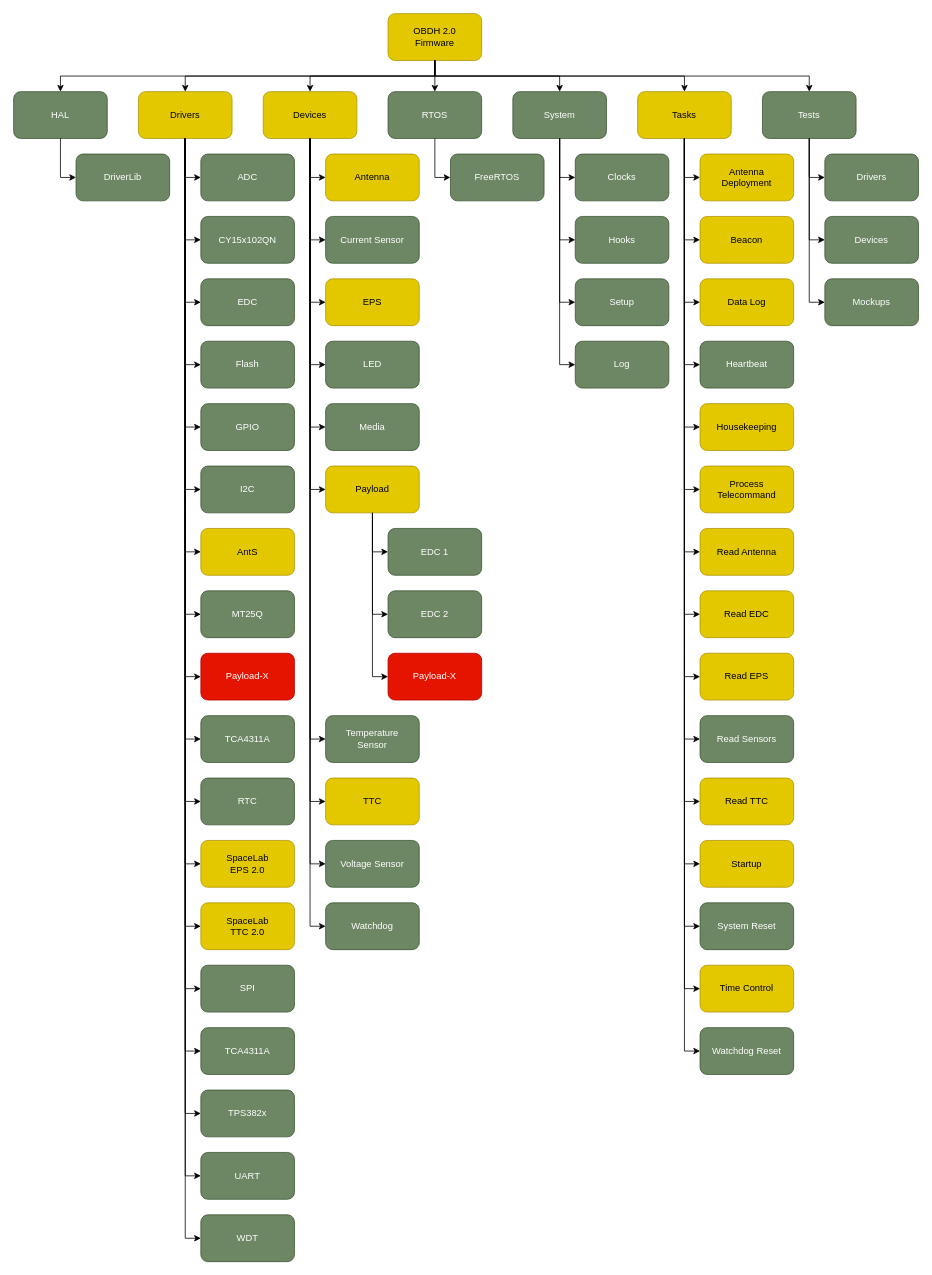
Above: doc/user_manual/figures/product-tree-fw.drawio in spacelab-ufsc/obdh2 (draw.io), before the change. Source tidied: cells renumbered, new cells numbered last; positions are measured from the earlier drawing's top-left corner, leaving out a move shared by most shapes. Both pictures are drawn from the tidied source at 78%, with x=0, y=0 at pixel (13, 13).
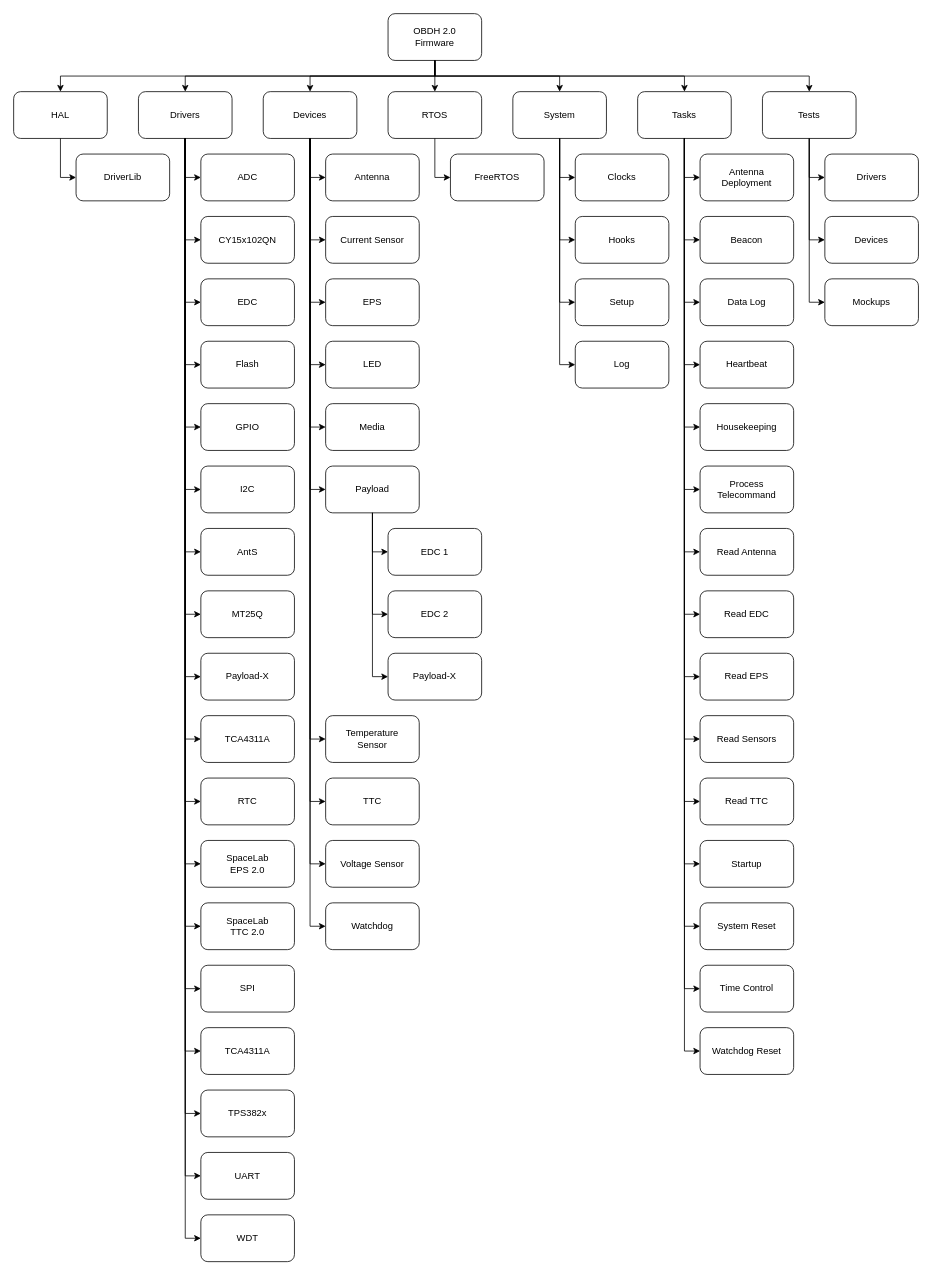
The same page after the edit.

Diff of the diagram source:
```diff
@@
-    <mxCell id="2" value="Drivers" style="rounded=1;whiteSpace=wrap;html=1;fillColor=#e3c800;fontColor=#000000;strokeColor=#B09500;" parent="1" vertex="1">
+    <mxCell id="2" value="Drivers" style="rounded=1;whiteSpace=wrap;html=1;" parent="1" vertex="1">
       <mxGeometry x="160" y="100" width="120" height="60" as="geometry" />
     </mxCell>
-    <mxCell id="3" value="Devices" style="rounded=1;whiteSpace=wrap;html=1;fillColor=#e3c800;fontColor=#000000;strokeColor=#B09500;" parent="1" vertex="1">
+    <mxCell id="3" value="Devices" style="rounded=1;whiteSpace=wrap;html=1;" parent="1" vertex="1">
       <mxGeometry x="320" y="100" width="120" height="60" as="geometry" />
     </mxCell>
-    <mxCell id="4" value="Tasks" style="rounded=1;whiteSpace=wrap;html=1;fillColor=#e3c800;fontColor=#000000;strokeColor=#B09500;" parent="1" vertex="1">
+    <mxCell id="4" value="Tasks" style="rounded=1;whiteSpace=wrap;html=1;" parent="1" vertex="1">
       <mxGeometry x="800" y="100" width="120" height="60" as="geometry" />
     </mxCell>
-    <mxCell id="5" value="ADC" style="rounded=1;whiteSpace=wrap;html=1;fillColor=#6d8764;fontColor=#ffffff;strokeColor=#3A5431;" parent="1" vertex="1">
+    <mxCell id="5" value="ADC" style="rounded=1;whiteSpace=wrap;html=1;" parent="1" vertex="1">
       <mxGeometry x="240" y="180" width="120" height="60" as="geometry" />
     </mxCell>
-    <mxCell id="6" value="CY15x102QN" style="rounded=1;whiteSpace=wrap;html=1;fillColor=#6d8764;fontColor=#ffffff;strokeColor=#3A5431;" parent="1" vertex="1">
+    <mxCell id="6" value="CY15x102QN" style="rounded=1;whiteSpace=wrap;html=1;" parent="1" vertex="1">
       <mxGeometry x="240" y="260" width="120" height="60" as="geometry" />
     </mxCell>
-    <mxCell id="7" value="EDC" style="rounded=1;whiteSpace=wrap;html=1;fillColor=#6d8764;fontColor=#ffffff;strokeColor=#3A5431;" parent="1" vertex="1">
+    <mxCell id="7" value="EDC" style="rounded=1;whiteSpace=wrap;html=1;" parent="1" vertex="1">
       <mxGeometry x="240" y="340" width="120" height="60" as="geometry" />
     </mxCell>
-    <mxCell id="8" value="Flash" style="rounded=1;whiteSpace=wrap;html=1;fillColor=#6d8764;fontColor=#ffffff;strokeColor=#3A5431;" parent="1" vertex="1">
+    <mxCell id="8" value="Flash" style="rounded=1;whiteSpace=wrap;html=1;" parent="1" vertex="1">
       <mxGeometry x="240" y="420" width="120" height="60" as="geometry" />
     </mxCell>
-    <mxCell id="9" value="GPIO" style="rounded=1;whiteSpace=wrap;html=1;fillColor=#6d8764;fontColor=#ffffff;strokeColor=#3A5431;" parent="1" vertex="1">
+    <mxCell id="9" value="GPIO" style="rounded=1;whiteSpace=wrap;html=1;" parent="1" vertex="1">
       <mxGeometry x="240" y="500" width="120" height="60" as="geometry" />
     </mxCell>
-    <mxCell id="10" value="I2C" style="rounded=1;whiteSpace=wrap;html=1;fillColor=#6d8764;fontColor=#ffffff;strokeColor=#3A5431;" parent="1" vertex="1">
+    <mxCell id="10" value="I2C" style="rounded=1;whiteSpace=wrap;html=1;" parent="1" vertex="1">
       <mxGeometry x="240" y="580" width="120" height="60" as="geometry" />
     </mxCell>
-    <mxCell id="11" value="AntS" style="rounded=1;whiteSpace=wrap;html=1;fillColor=#e3c800;fontColor=#000000;strokeColor=#B09500;" parent="1" vertex="1">
+    <mxCell id="11" value="AntS" style="rounded=1;whiteSpace=wrap;html=1;" parent="1" vertex="1">
       <mxGeometry x="240" y="660" width="120" height="60" as="geometry" />
     </mxCell>
-    <mxCell id="12" value="MT25Q" style="rounded=1;whiteSpace=wrap;html=1;fillColor=#6d8764;fontColor=#ffffff;strokeColor=#3A5431;" parent="1" vertex="1">
+    <mxCell id="12" value="MT25Q" style="rounded=1;whiteSpace=wrap;html=1;" parent="1" vertex="1">
       <mxGeometry x="240" y="740" width="120" height="60" as="geometry" />
     </mxCell>
-    <mxCell id="13" value="Payload-X" style="rounded=1;whiteSpace=wrap;html=1;fillColor=#e51400;fontColor=#ffffff;strokeColor=#B20000;" parent="1" vertex="1">
+    <mxCell id="13" value="Payload-X" style="rounded=1;whiteSpace=wrap;html=1;" parent="1" vertex="1">
       <mxGeometry x="240" y="820" width="120" height="60" as="geometry" />
     </mxCell>
-    <mxCell id="14" value="TCA4311A" style="rounded=1;whiteSpace=wrap;html=1;fillColor=#6d8764;fontColor=#ffffff;strokeColor=#3A5431;" parent="1" vertex="1">
+    <mxCell id="14" value="TCA4311A" style="rounded=1;whiteSpace=wrap;html=1;" parent="1" vertex="1">
       <mxGeometry x="240" y="900" width="120" height="60" as="geometry" />
     </mxCell>
-    <mxCell id="15" value="SpaceLab&lt;br&gt;TTC 2.0" style="rounded=1;whiteSpace=wrap;html=1;fillColor=#e3c800;fontColor=#000000;strokeColor=#B09500;" parent="1" vertex="1">
+    <mxCell id="15" value="SpaceLab&lt;br&gt;TTC 2.0" style="rounded=1;whiteSpace=wrap;html=1;" parent="1" vertex="1">
       <mxGeometry x="240" y="1140" width="120" height="60" as="geometry" />
     </mxCell>
-    <mxCell id="16" value="SPI" style="rounded=1;whiteSpace=wrap;html=1;fillColor=#6d8764;fontColor=#ffffff;strokeColor=#3A5431;" parent="1" vertex="1">
+    <mxCell id="16" value="SPI" style="rounded=1;whiteSpace=wrap;html=1;" parent="1" vertex="1">
       <mxGeometry x="240" y="1220" width="120" height="60" as="geometry" />
     </mxCell>
-    <mxCell id="17" value="RTC" style="rounded=1;whiteSpace=wrap;html=1;fillColor=#6d8764;fontColor=#ffffff;strokeColor=#3A5431;" parent="1" vertex="1">
+    <mxCell id="17" value="RTC" style="rounded=1;whiteSpace=wrap;html=1;" parent="1" vertex="1">
       <mxGeometry x="240" y="980" width="120" height="60" as="geometry" />
     </mxCell>
-    <mxCell id="18" value="SpaceLab&lt;br&gt;EPS 2.0" style="rounded=1;whiteSpace=wrap;html=1;fillColor=#e3c800;fontColor=#000000;strokeColor=#B09500;" parent="1" vertex="1">
+    <mxCell id="18" value="SpaceLab&lt;br&gt;EPS 2.0" style="rounded=1;whiteSpace=wrap;html=1;" parent="1" vertex="1">
       <mxGeometry x="240" y="1060" width="120" height="60" as="geometry" />
     </mxCell>
@@
-    <mxCell id="33" value="Antenna" style="rounded=1;whiteSpace=wrap;html=1;fillColor=#e3c800;fontColor=#000000;strokeColor=#B09500;" parent="1" vertex="1">
+    <mxCell id="33" value="Antenna" style="rounded=1;whiteSpace=wrap;html=1;" parent="1" vertex="1">
       <mxGeometry x="400" y="180" width="120" height="60" as="geometry" />
     </mxCell>
-    <mxCell id="34" value="EPS" style="rounded=1;whiteSpace=wrap;html=1;fillColor=#e3c800;fontColor=#000000;strokeColor=#B09500;" parent="1" vertex="1">
+    <mxCell id="34" value="EPS" style="rounded=1;whiteSpace=wrap;html=1;" parent="1" vertex="1">
       <mxGeometry x="400" y="340" width="120" height="60" as="geometry" />
     </mxCell>
-    <mxCell id="35" value="LED" style="rounded=1;whiteSpace=wrap;html=1;fillColor=#6d8764;fontColor=#ffffff;strokeColor=#3A5431;" parent="1" vertex="1">
+    <mxCell id="35" value="LED" style="rounded=1;whiteSpace=wrap;html=1;" parent="1" vertex="1">
       <mxGeometry x="400" y="420" width="120" height="60" as="geometry" />
     </mxCell>
-    <mxCell id="36" value="Media" style="rounded=1;whiteSpace=wrap;html=1;fillColor=#6d8764;fontColor=#ffffff;strokeColor=#3A5431;" parent="1" vertex="1">
+    <mxCell id="36" value="Media" style="rounded=1;whiteSpace=wrap;html=1;" parent="1" vertex="1">
       <mxGeometry x="400" y="500" width="120" height="60" as="geometry" />
     </mxCell>
-    <mxCell id="37" value="Payload" style="rounded=1;whiteSpace=wrap;html=1;fillColor=#e3c800;fontColor=#000000;strokeColor=#B09500;" parent="1" vertex="1">
+    <mxCell id="37" value="Payload" style="rounded=1;whiteSpace=wrap;html=1;" parent="1" vertex="1">
       <mxGeometry x="400" y="580" width="120" height="60" as="geometry" />
     </mxCell>
-    <mxCell id="38" value="Temperature&lt;br&gt;Sensor" style="rounded=1;whiteSpace=wrap;html=1;fillColor=#6d8764;fontColor=#ffffff;strokeColor=#3A5431;" parent="1" vertex="1">
+    <mxCell id="38" value="Temperature&lt;br&gt;Sensor" style="rounded=1;whiteSpace=wrap;html=1;" parent="1" vertex="1">
       <mxGeometry x="400" y="900" width="120" height="60" as="geometry" />
     </mxCell>
-    <mxCell id="39" value="TTC" style="rounded=1;whiteSpace=wrap;html=1;fillColor=#e3c800;fontColor=#000000;strokeColor=#B09500;" parent="1" vertex="1">
+    <mxCell id="39" value="TTC" style="rounded=1;whiteSpace=wrap;html=1;" parent="1" vertex="1">
       <mxGeometry x="400" y="980" width="120" height="60" as="geometry" />
     </mxCell>
-    <mxCell id="40" value="Voltage Sensor" style="rounded=1;whiteSpace=wrap;html=1;fillColor=#6d8764;fontColor=#ffffff;strokeColor=#3A5431;" parent="1" vertex="1">
+    <mxCell id="40" value="Voltage Sensor" style="rounded=1;whiteSpace=wrap;html=1;" parent="1" vertex="1">
       <mxGeometry x="400" y="1060" width="120" height="60" as="geometry" />
     </mxCell>
-    <mxCell id="41" value="Watchdog" style="rounded=1;whiteSpace=wrap;html=1;fillColor=#6d8764;fontColor=#ffffff;strokeColor=#3A5431;" parent="1" vertex="1">
+    <mxCell id="41" value="Watchdog" style="rounded=1;whiteSpace=wrap;html=1;" parent="1" vertex="1">
       <mxGeometry x="400" y="1140" width="120" height="60" as="geometry" />
     </mxCell>
-    <mxCell id="42" value="Current Sensor" style="rounded=1;whiteSpace=wrap;html=1;fillColor=#6d8764;fontColor=#ffffff;strokeColor=#3A5431;" parent="1" vertex="1">
+    <mxCell id="42" value="Current Sensor" style="rounded=1;whiteSpace=wrap;html=1;" parent="1" vertex="1">
       <mxGeometry x="400" y="260" width="120" height="60" as="geometry" />
     </mxCell>
-    <mxCell id="43" value="Antenna&lt;br&gt;Deployment" style="rounded=1;whiteSpace=wrap;html=1;fillColor=#e3c800;fontColor=#000000;strokeColor=#B09500;" parent="1" vertex="1">
+    <mxCell id="43" value="Antenna&lt;br&gt;Deployment" style="rounded=1;whiteSpace=wrap;html=1;" parent="1" vertex="1">
       <mxGeometry x="880" y="180" width="120" height="60" as="geometry" />
     </mxCell>
-    <mxCell id="44" value="Beacon" style="rounded=1;whiteSpace=wrap;html=1;fillColor=#e3c800;fontColor=#000000;strokeColor=#B09500;" parent="1" vertex="1">
+    <mxCell id="44" value="Beacon" style="rounded=1;whiteSpace=wrap;html=1;" parent="1" vertex="1">
       <mxGeometry x="880" y="260" width="120" height="60" as="geometry" />
     </mxCell>
-    <mxCell id="45" value="Data Log" style="rounded=1;whiteSpace=wrap;html=1;fillColor=#e3c800;fontColor=#000000;strokeColor=#B09500;" parent="1" vertex="1">
+    <mxCell id="45" value="Data Log" style="rounded=1;whiteSpace=wrap;html=1;" parent="1" vertex="1">
       <mxGeometry x="880" y="340" width="120" height="60" as="geometry" />
     </mxCell>
-    <mxCell id="46" value="Heartbeat" style="rounded=1;whiteSpace=wrap;html=1;fillColor=#6d8764;fontColor=#ffffff;strokeColor=#3A5431;" parent="1" vertex="1">
+    <mxCell id="46" value="Heartbeat" style="rounded=1;whiteSpace=wrap;html=1;" parent="1" vertex="1">
       <mxGeometry x="880" y="420" width="120" height="60" as="geometry" />
     </mxCell>
-    <mxCell id="47" value="Housekeeping" style="rounded=1;whiteSpace=wrap;html=1;fillColor=#e3c800;fontColor=#000000;strokeColor=#B09500;" parent="1" vertex="1">
+    <mxCell id="47" value="Housekeeping" style="rounded=1;whiteSpace=wrap;html=1;" parent="1" vertex="1">
       <mxGeometry x="880" y="500" width="120" height="60" as="geometry" />
     </mxCell>
-    <mxCell id="48" value="Process&lt;br&gt;Telecommand" style="rounded=1;whiteSpace=wrap;html=1;fillColor=#e3c800;fontColor=#000000;strokeColor=#B09500;" parent="1" vertex="1">
+    <mxCell id="48" value="Process&lt;br&gt;Telecommand" style="rounded=1;whiteSpace=wrap;html=1;" parent="1" vertex="1">
       <mxGeometry x="880" y="580" width="120" height="60" as="geometry" />
     </mxCell>
-    <mxCell id="49" value="Read Antenna" style="rounded=1;whiteSpace=wrap;html=1;fillColor=#e3c800;fontColor=#000000;strokeColor=#B09500;" parent="1" vertex="1">
+    <mxCell id="49" value="Read Antenna" style="rounded=1;whiteSpace=wrap;html=1;" parent="1" vertex="1">
       <mxGeometry x="880" y="660" width="120" height="60" as="geometry" />
     </mxCell>
-    <mxCell id="50" value="Read EDC" style="rounded=1;whiteSpace=wrap;html=1;fillColor=#e3c800;fontColor=#000000;strokeColor=#B09500;" parent="1" vertex="1">
+    <mxCell id="50" value="Read EDC" style="rounded=1;whiteSpace=wrap;html=1;" parent="1" vertex="1">
       <mxGeometry x="880" y="740" width="120" height="60" as="geometry" />
     </mxCell>
-    <mxCell id="51" value="Read EPS" style="rounded=1;whiteSpace=wrap;html=1;fillColor=#e3c800;fontColor=#000000;strokeColor=#B09500;" parent="1" vertex="1">
+    <mxCell id="51" value="Read EPS" style="rounded=1;whiteSpace=wrap;html=1;" parent="1" vertex="1">
       <mxGeometry x="880" y="820" width="120" height="60" as="geometry" />
     </mxCell>
@@
-    <mxCell id="71" value="OBDH 2.0&lt;br&gt;Firmware" style="rounded=1;whiteSpace=wrap;html=1;fillColor=#e3c800;fontColor=#000000;strokeColor=#B09500;" parent="1" vertex="1">
+    <mxCell id="71" value="OBDH 2.0&lt;br&gt;Firmware" style="rounded=1;whiteSpace=wrap;html=1;" parent="1" vertex="1">
       <mxGeometry x="480" width="120" height="60" as="geometry" />
     </mxCell>
-    <mxCell id="72" value="Tests" style="rounded=1;whiteSpace=wrap;html=1;fillColor=#6d8764;fontColor=#ffffff;strokeColor=#3A5431;" parent="1" vertex="1">
+    <mxCell id="72" value="Tests" style="rounded=1;whiteSpace=wrap;html=1;" parent="1" vertex="1">
       <mxGeometry x="960" y="100" width="120" height="60" as="geometry" />
     </mxCell>
-    <mxCell id="73" value="RTOS" style="rounded=1;whiteSpace=wrap;html=1;fillColor=#6d8764;fontColor=#ffffff;strokeColor=#3A5431;" parent="1" vertex="1">
+    <mxCell id="73" value="RTOS" style="rounded=1;whiteSpace=wrap;html=1;" parent="1" vertex="1">
       <mxGeometry x="480" y="100" width="120" height="60" as="geometry" />
     </mxCell>
-    <mxCell id="74" value="FreeRTOS" style="rounded=1;whiteSpace=wrap;html=1;fillColor=#6d8764;fontColor=#ffffff;strokeColor=#3A5431;" parent="1" vertex="1">
+    <mxCell id="74" value="FreeRTOS" style="rounded=1;whiteSpace=wrap;html=1;" parent="1" vertex="1">
       <mxGeometry x="560" y="180" width="120" height="60" as="geometry" />
     </mxCell>
-    <mxCell id="75" value="HAL" style="rounded=1;whiteSpace=wrap;html=1;fillColor=#6d8764;fontColor=#ffffff;strokeColor=#3A5431;" parent="1" vertex="1">
+    <mxCell id="75" value="HAL" style="rounded=1;whiteSpace=wrap;html=1;" parent="1" vertex="1">
       <mxGeometry y="100" width="120" height="60" as="geometry" />
     </mxCell>
-    <mxCell id="76" value="DriverLib" style="rounded=1;whiteSpace=wrap;html=1;fillColor=#6d8764;fontColor=#ffffff;strokeColor=#3A5431;" parent="1" vertex="1">
+    <mxCell id="76" value="DriverLib" style="rounded=1;whiteSpace=wrap;html=1;" parent="1" vertex="1">
       <mxGeometry x="80" y="180" width="120" height="60" as="geometry" />
     </mxCell>
@@
-    <mxCell id="78" value="System" style="rounded=1;whiteSpace=wrap;html=1;fillColor=#6d8764;fontColor=#ffffff;strokeColor=#3A5431;" parent="1" vertex="1">
+    <mxCell id="78" value="System" style="rounded=1;whiteSpace=wrap;html=1;" parent="1" vertex="1">
       <mxGeometry x="640" y="100" width="120" height="60" as="geometry" />
     </mxCell>
@@
-    <mxCell id="87" value="Clocks" style="rounded=1;whiteSpace=wrap;html=1;fillColor=#6d8764;fontColor=#ffffff;strokeColor=#3A5431;" parent="1" vertex="1">
+    <mxCell id="87" value="Clocks" style="rounded=1;whiteSpace=wrap;html=1;" parent="1" vertex="1">
       <mxGeometry x="720" y="180" width="120" height="60" as="geometry" />
     </mxCell>
-    <mxCell id="88" value="Hooks" style="rounded=1;whiteSpace=wrap;html=1;fillColor=#6d8764;fontColor=#ffffff;strokeColor=#3A5431;" parent="1" vertex="1">
+    <mxCell id="88" value="Hooks" style="rounded=1;whiteSpace=wrap;html=1;" parent="1" vertex="1">
       <mxGeometry x="720" y="260" width="120" height="60" as="geometry" />
     </mxCell>
-    <mxCell id="89" value="Setup" style="rounded=1;whiteSpace=wrap;html=1;fillColor=#6d8764;fontColor=#ffffff;strokeColor=#3A5431;" parent="1" vertex="1">
+    <mxCell id="89" value="Setup" style="rounded=1;whiteSpace=wrap;html=1;" parent="1" vertex="1">
       <mxGeometry x="720" y="340" width="120" height="60" as="geometry" />
     </mxCell>
-    <mxCell id="90" value="Log" style="rounded=1;whiteSpace=wrap;html=1;fillColor=#6d8764;fontColor=#ffffff;strokeColor=#3A5431;" parent="1" vertex="1">
+    <mxCell id="90" value="Log" style="rounded=1;whiteSpace=wrap;html=1;" parent="1" vertex="1">
       <mxGeometry x="720" y="420" width="120" height="60" as="geometry" />
     </mxCell>
@@
-    <mxCell id="95" value="Drivers" style="rounded=1;whiteSpace=wrap;html=1;fillColor=#6d8764;fontColor=#ffffff;strokeColor=#3A5431;" parent="1" vertex="1">
+    <mxCell id="95" value="Drivers" style="rounded=1;whiteSpace=wrap;html=1;" parent="1" vertex="1">
       <mxGeometry x="1040" y="180" width="120" height="60" as="geometry" />
     </mxCell>
-    <mxCell id="96" value="Devices" style="rounded=1;whiteSpace=wrap;html=1;fillColor=#6d8764;fontColor=#ffffff;strokeColor=#3A5431;" parent="1" vertex="1">
+    <mxCell id="96" value="Devices" style="rounded=1;whiteSpace=wrap;html=1;" parent="1" vertex="1">
       <mxGeometry x="1040" y="260" width="120" height="60" as="geometry" />
     </mxCell>
-    <mxCell id="97" value="Mockups" style="rounded=1;whiteSpace=wrap;html=1;fillColor=#6d8764;fontColor=#ffffff;strokeColor=#3A5431;" parent="1" vertex="1">
+    <mxCell id="97" value="Mockups" style="rounded=1;whiteSpace=wrap;html=1;" parent="1" vertex="1">
       <mxGeometry x="1040" y="340" width="120" height="60" as="geometry" />
     </mxCell>
@@
-    <mxCell id="101" value="TCA4311A" style="rounded=1;whiteSpace=wrap;html=1;fillColor=#6d8764;fontColor=#ffffff;strokeColor=#3A5431;" parent="1" vertex="1">
+    <mxCell id="101" value="TCA4311A" style="rounded=1;whiteSpace=wrap;html=1;" parent="1" vertex="1">
       <mxGeometry x="240" y="1300" width="120" height="60" as="geometry" />
     </mxCell>
-    <mxCell id="102" value="TPS382x" style="rounded=1;whiteSpace=wrap;html=1;fillColor=#6d8764;fontColor=#ffffff;strokeColor=#3A5431;" parent="1" vertex="1">
+    <mxCell id="102" value="TPS382x" style="rounded=1;whiteSpace=wrap;html=1;" parent="1" vertex="1">
       <mxGeometry x="240" y="1380" width="120" height="60" as="geometry" />
     </mxCell>
-    <mxCell id="103" value="UART" style="rounded=1;whiteSpace=wrap;html=1;fillColor=#6d8764;fontColor=#ffffff;strokeColor=#3A5431;" parent="1" vertex="1">
+    <mxCell id="103" value="UART" style="rounded=1;whiteSpace=wrap;html=1;" parent="1" vertex="1">
       <mxGeometry x="240" y="1460" width="120" height="60" as="geometry" />
     </mxCell>
-    <mxCell id="104" value="WDT" style="rounded=1;whiteSpace=wrap;html=1;fillColor=#6d8764;fontColor=#ffffff;strokeColor=#3A5431;" parent="1" vertex="1">
+    <mxCell id="104" value="WDT" style="rounded=1;whiteSpace=wrap;html=1;" parent="1" vertex="1">
       <mxGeometry x="240" y="1540" width="120" height="60" as="geometry" />
     </mxCell>
@@
-    <mxCell id="109" value="EDC 1" style="rounded=1;whiteSpace=wrap;html=1;fillColor=#6d8764;fontColor=#ffffff;strokeColor=#3A5431;" parent="1" vertex="1">
+    <mxCell id="109" value="EDC 1" style="rounded=1;whiteSpace=wrap;html=1;" parent="1" vertex="1">
       <mxGeometry x="480" y="660" width="120" height="60" as="geometry" />
     </mxCell>
-    <mxCell id="110" value="EDC 2" style="rounded=1;whiteSpace=wrap;html=1;fillColor=#6d8764;fontColor=#ffffff;strokeColor=#3A5431;" parent="1" vertex="1">
+    <mxCell id="110" value="EDC 2" style="rounded=1;whiteSpace=wrap;html=1;" parent="1" vertex="1">
       <mxGeometry x="480" y="740" width="120" height="60" as="geometry" />
     </mxCell>
-    <mxCell id="111" value="Payload-X" style="rounded=1;whiteSpace=wrap;html=1;fillColor=#e51400;fontColor=#ffffff;strokeColor=#B20000;" parent="1" vertex="1">
+    <mxCell id="111" value="Payload-X" style="rounded=1;whiteSpace=wrap;html=1;" parent="1" vertex="1">
       <mxGeometry x="480" y="820" width="120" height="60" as="geometry" />
     </mxCell>
@@
-    <mxCell id="115" value="Read Sensors" style="rounded=1;whiteSpace=wrap;html=1;fillColor=#6d8764;fontColor=#ffffff;strokeColor=#3A5431;" parent="1" vertex="1">
+    <mxCell id="115" value="Read Sensors" style="rounded=1;whiteSpace=wrap;html=1;" parent="1" vertex="1">
       <mxGeometry x="880" y="900" width="120" height="60" as="geometry" />
     </mxCell>
-    <mxCell id="116" value="Read TTC" style="rounded=1;whiteSpace=wrap;html=1;fillColor=#e3c800;fontColor=#000000;strokeColor=#B09500;" parent="1" vertex="1">
+    <mxCell id="116" value="Read TTC" style="rounded=1;whiteSpace=wrap;html=1;" parent="1" vertex="1">
       <mxGeometry x="880" y="980" width="120" height="60" as="geometry" />
     </mxCell>
-    <mxCell id="117" value="Startup" style="rounded=1;whiteSpace=wrap;html=1;fillColor=#e3c800;fontColor=#000000;strokeColor=#B09500;" parent="1" vertex="1">
+    <mxCell id="117" value="Startup" style="rounded=1;whiteSpace=wrap;html=1;" parent="1" vertex="1">
       <mxGeometry x="880" y="1060" width="120" height="60" as="geometry" />
     </mxCell>
-    <mxCell id="118" value="System Reset" style="rounded=1;whiteSpace=wrap;html=1;fillColor=#6d8764;fontColor=#ffffff;strokeColor=#3A5431;" parent="1" vertex="1">
+    <mxCell id="118" value="System Reset" style="rounded=1;whiteSpace=wrap;html=1;" parent="1" vertex="1">
       <mxGeometry x="880" y="1140" width="120" height="60" as="geometry" />
     </mxCell>
-    <mxCell id="119" value="Time Control" style="rounded=1;whiteSpace=wrap;html=1;fillColor=#e3c800;fontColor=#000000;strokeColor=#B09500;" parent="1" vertex="1">
+    <mxCell id="119" value="Time Control" style="rounded=1;whiteSpace=wrap;html=1;" parent="1" vertex="1">
       <mxGeometry x="880" y="1220" width="120" height="60" as="geometry" />
     </mxCell>
-    <mxCell id="120" value="Watchdog Reset" style="rounded=1;whiteSpace=wrap;html=1;fillColor=#6d8764;fontColor=#ffffff;strokeColor=#3A5431;" parent="1" vertex="1">
+    <mxCell id="120" value="Watchdog Reset" style="rounded=1;whiteSpace=wrap;html=1;" parent="1" vertex="1">
       <mxGeometry x="880" y="1300" width="120" height="60" as="geometry" />
     </mxCell>
```
